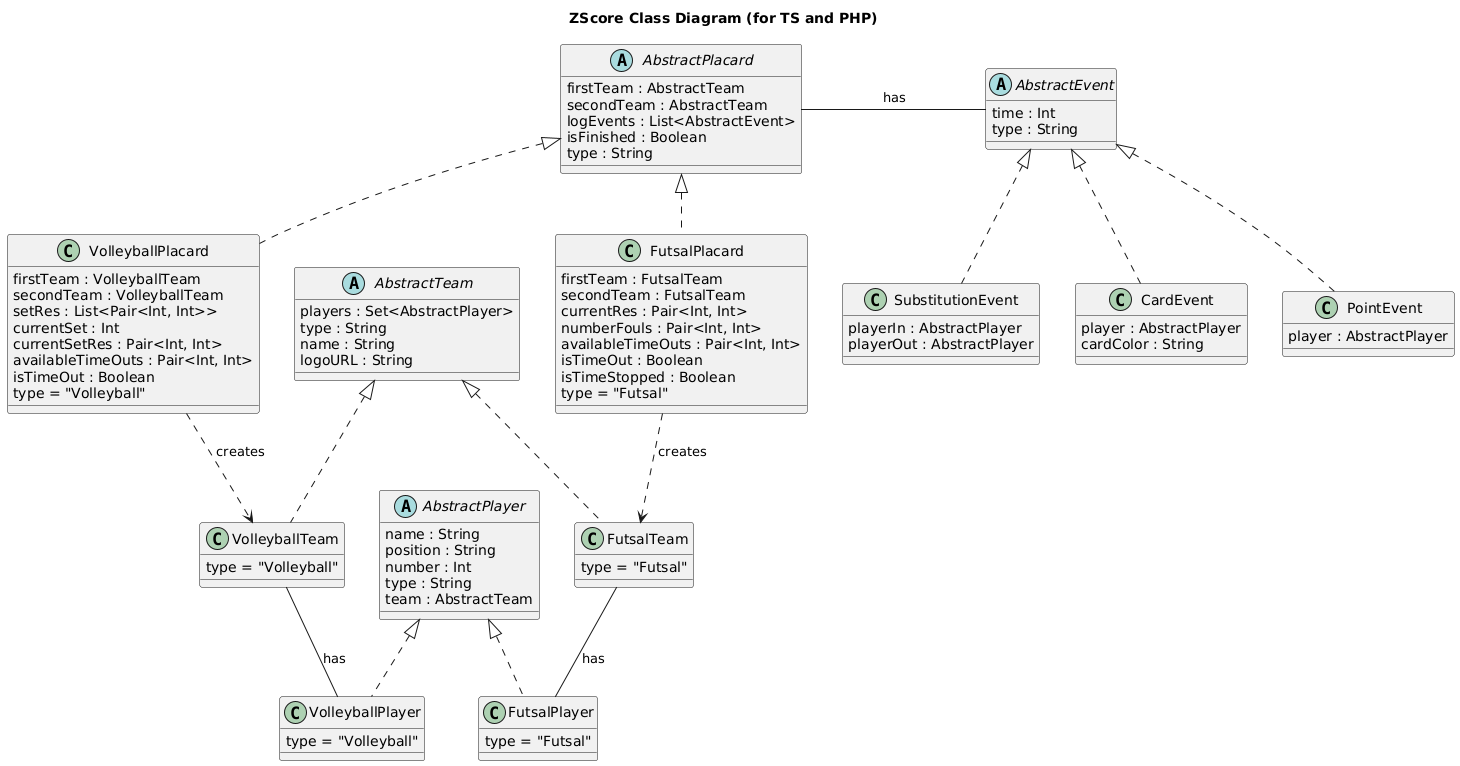
limapedro12/LGP_ZScore_ZeroZero keeps this PlantUML diagram as docs/Classes_and_Tables/class_diagram.png. Above is the earlier version.
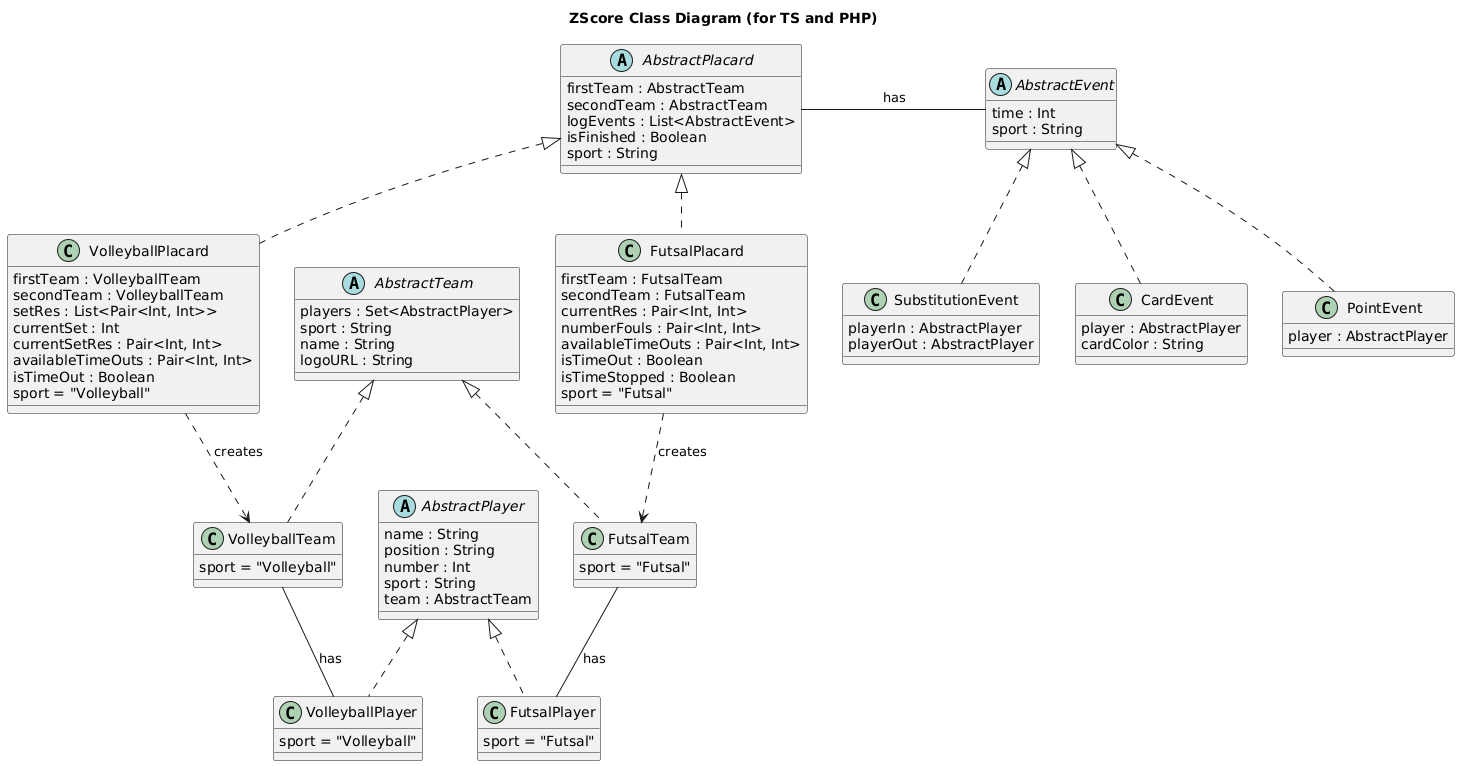
After the commit.

Change to the diagram source:
```diff
@@ -6,7 +6,7 @@
     secondTeam : AbstractTeam
     logEvents : List<AbstractEvent>
     isFinished : Boolean
-    type : String
+    sport : String
 }
 
 class VolleyballPlacard {
@@ -17,7 +17,7 @@
     currentSetRes : Pair<Int, Int>
     availableTimeOuts : Pair<Int, Int>
     isTimeOut : Boolean
-    type = "Volleyball"
+    sport = "Volleyball"
 }
 class FutsalPlacard {
     firstTeam : FutsalTeam
@@ -27,41 +27,41 @@
     availableTimeOuts : Pair<Int, Int>
     isTimeOut : Boolean
     isTimeStopped : Boolean
-    type = "Futsal"
+    sport = "Futsal"
 }
 
 abstract AbstractTeam {
     players : Set<AbstractPlayer>
-    type : String
+    sport : String
     name : String
     logoURL : String
 }
 
 class VolleyballTeam {
-    type = "Volleyball"
+    sport = "Volleyball"
 }
 class FutsalTeam {
-    type = "Futsal"
+    sport = "Futsal"
 }
 
 abstract AbstractPlayer {
     name : String
     position : String
     number : Int
-    type : String
+    sport : String
     team : AbstractTeam
 }
 
 class VolleyballPlayer {
-    type = "Volleyball"
+    sport = "Volleyball"
 }
 class FutsalPlayer {
-    type = "Futsal"
+    sport = "Futsal"
 }
 
 abstract AbstractEvent {
     time : Int
-    type : String
+    sport : String
 }
 
 class CardEvent {
```
